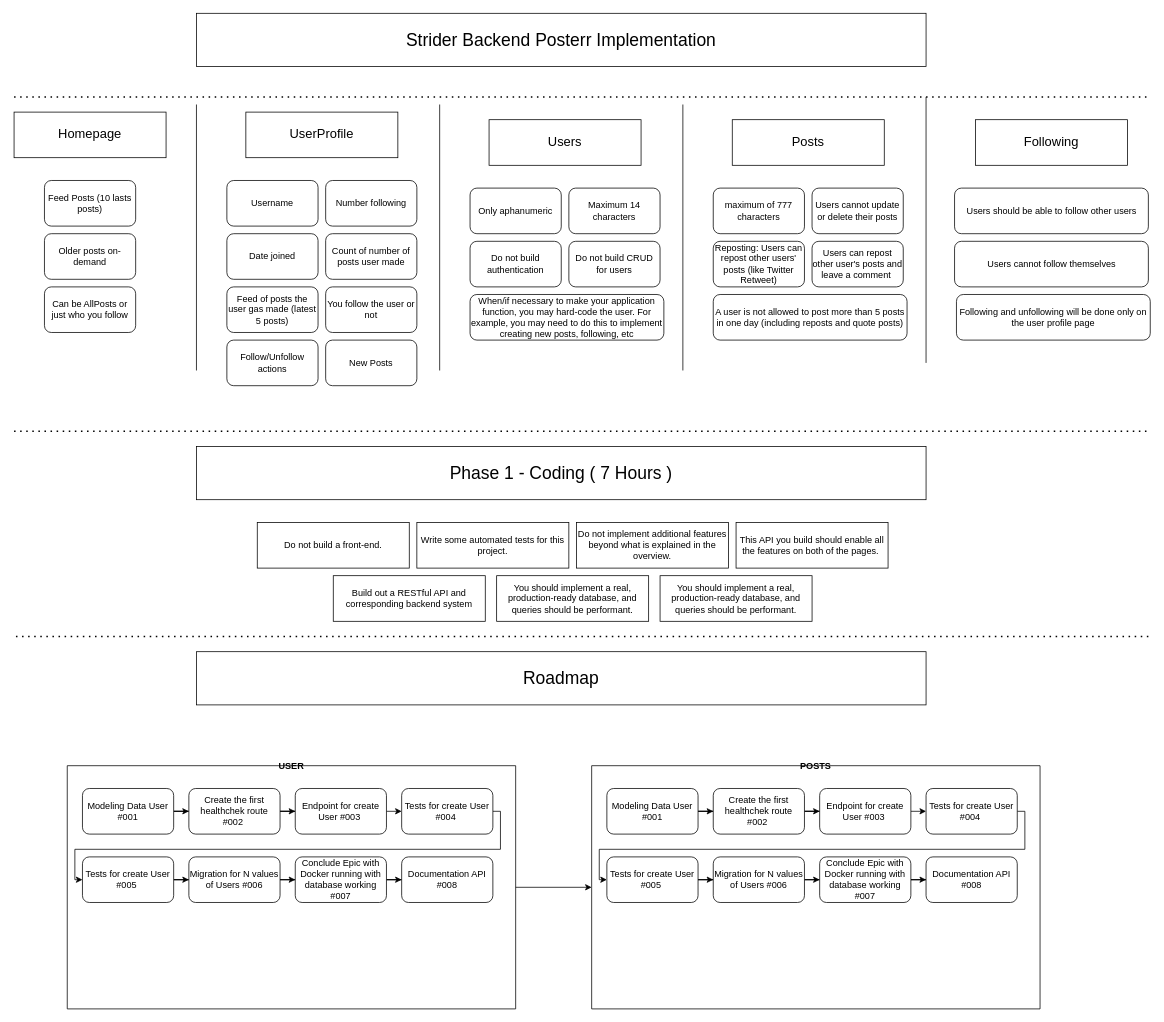
The draw.io diagram docs/StriderBackendProjectRoadmap.drawio in LulianoM/TwitterApiModeling, before the edit. Source tidied: cells renumbered, new cells numbered last; positions are measured from the earlier drawing's top-left corner, leaving out a move shared by most shapes. Both pictures are drawn from the tidied source at 76%, with x=0, y=0 at pixel (14, 13).
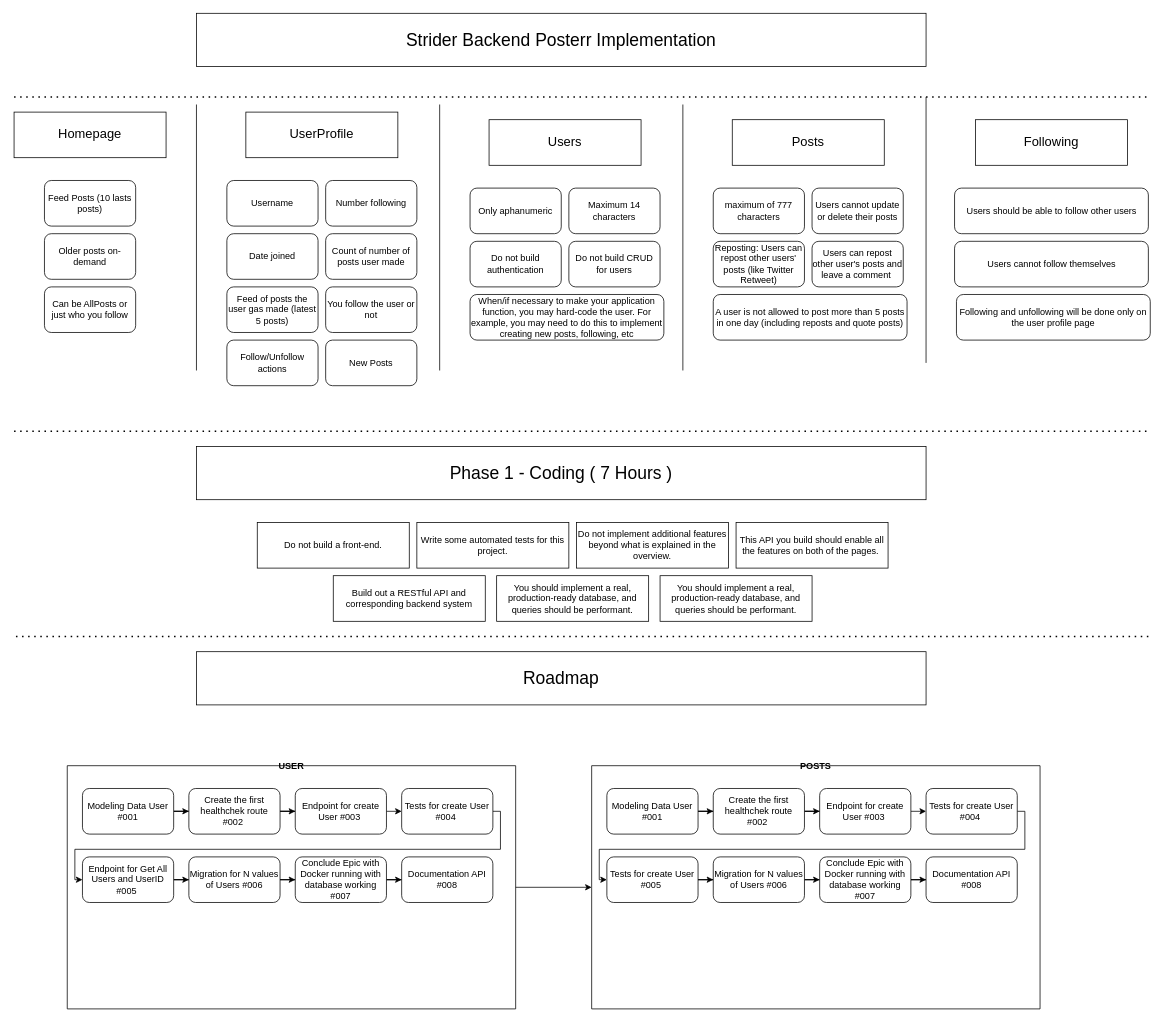
The same diagram, later.

Commit message (it also covers changes not shown here):
003-USER-Database-and-Create-User-Working

Unchanged cells that the change refers to:
```xml
<mxCell id="49" value="USER" style="swimlane;startSize=0;" parent="1" vertex="1">
  <mxGeometry x="70" y="990" width="590" height="320" as="geometry" />
</mxCell>
```

Diff of the diagram source:
```diff
@@
-    <mxCell id="59" value="Tests for create User #005&amp;nbsp;" style="rounded=1;whiteSpace=wrap;html=1;" parent="49" vertex="1">
+    <mxCell id="59" value="Endpoint for Get All Users and UserID #005&amp;nbsp;" style="rounded=1;whiteSpace=wrap;html=1;" parent="49" vertex="1">
       <mxGeometry x="20" y="120" width="120" height="60" as="geometry" />
     </mxCell>
```
